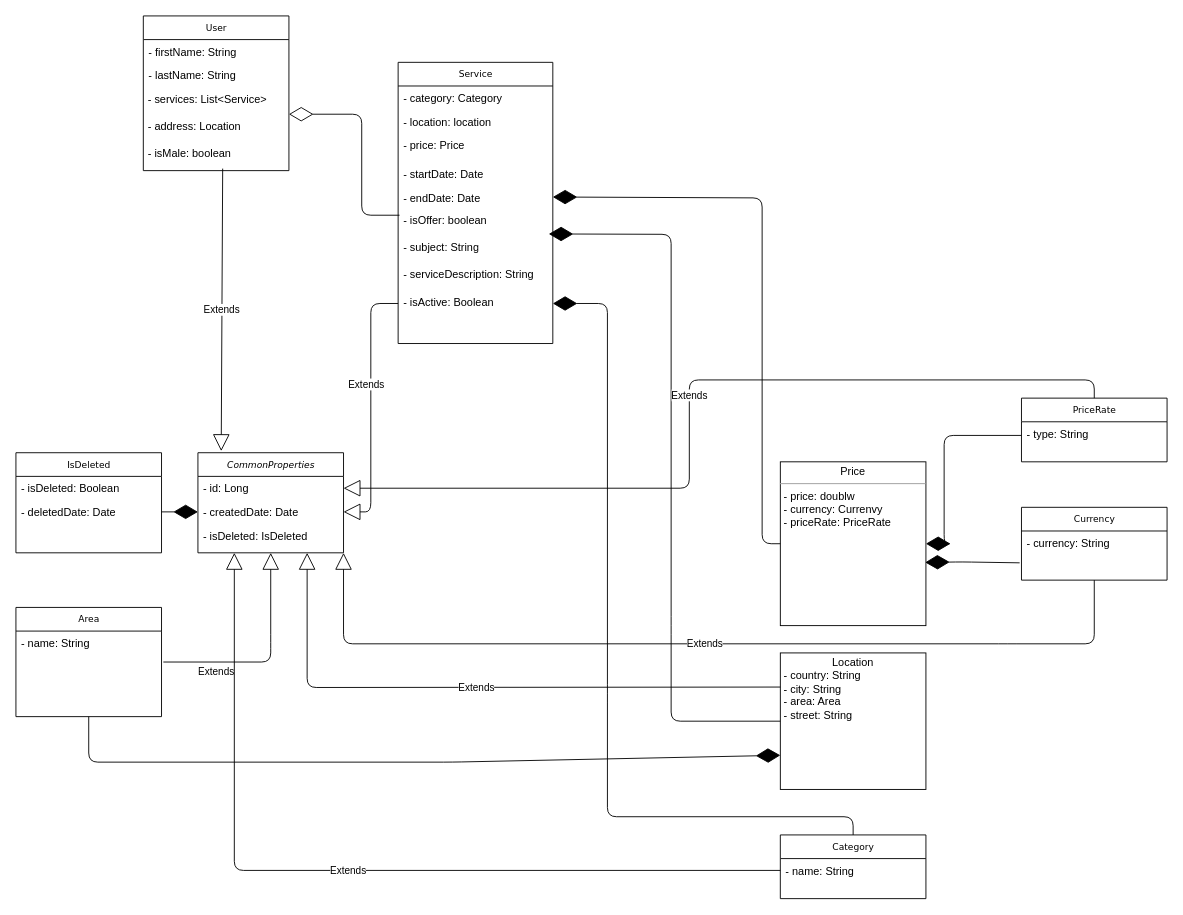
Earlier version of the draw.io diagram HelppyUML.drawio (StanislavRa/group_A_Helppy). Source tidied: cells renumbered, new cells numbered last; positions are measured from the earlier drawing's top-left corner, leaving out a move shared by most shapes. Both pictures are drawn from the tidied source at 91%, with x=0, y=0 at pixel (15, 15).
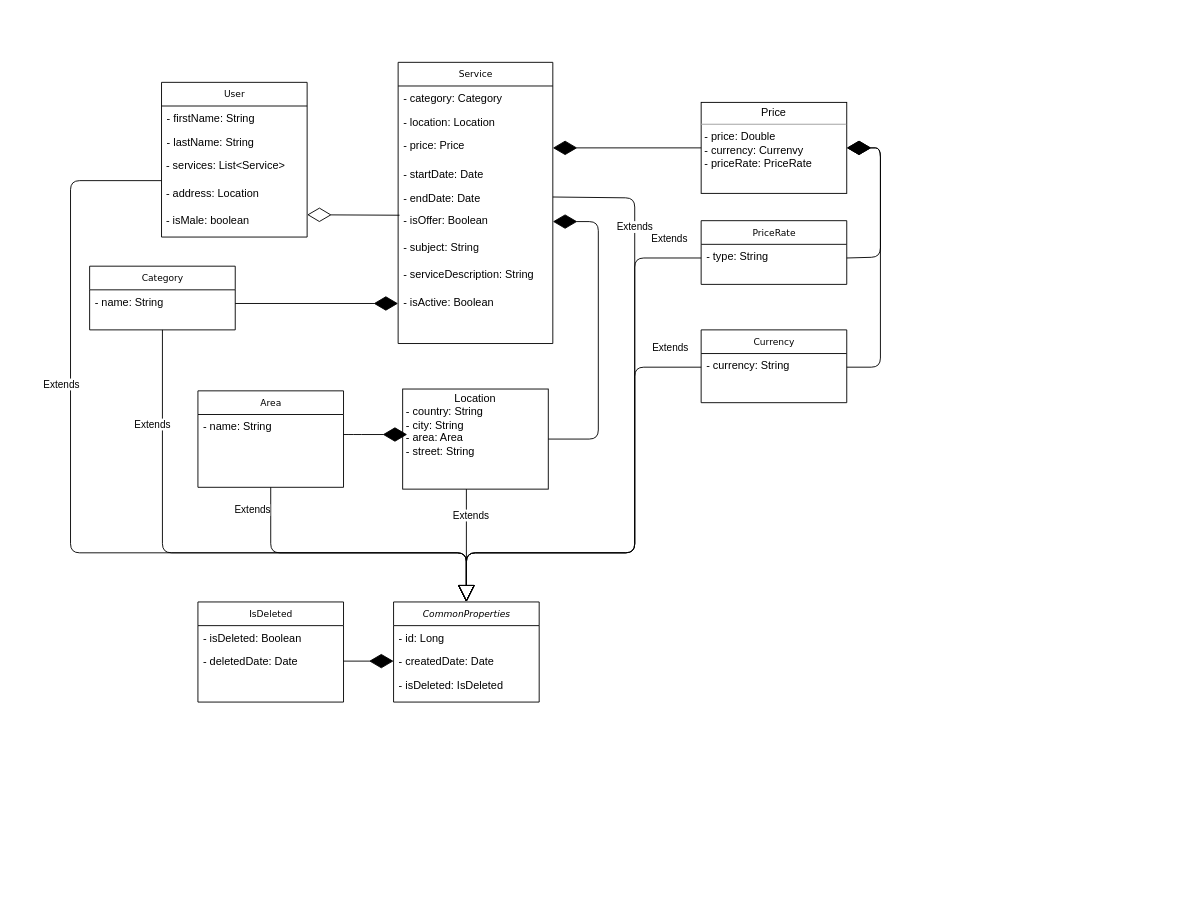
After the change.

The change refers to these unchanged cells:
```xml
<mxCell id="3" value="- name: String" style="text;html=1;strokeColor=none;fillColor=none;align=left;verticalAlign=top;spacingLeft=4;spacingRight=4;whiteSpace=wrap;overflow=hidden;points=[[0,0.5],[1,0.5]];portConstraint=eastwest;" parent="2" vertex="1">
  <mxGeometry y="26" width="160" height="30" as="geometry" />
</mxCell>
<mxCell id="4" value="Service" style="swimlane;html=1;fontStyle=0;horizontal=1;startSize=26;fillColor=none;swimlaneFillColor=#ffffff;rounded=0;shadow=0;comic=0;labelBackgroundColor=none;strokeWidth=1;fontFamily=Verdana;fontSize=10;align=center;" parent="1" vertex="1">
  <mxGeometry x="420" y="51" width="170" height="309" as="geometry" />
</mxCell>
<mxCell id="7" value="- price: Price" style="text;html=1;strokeColor=none;fillColor=none;align=left;verticalAlign=top;spacingLeft=4;spacingRight=4;whiteSpace=wrap;overflow=hidden;points=[[0,0.5],[1,0.5]];portConstraint=eastwest;" parent="4" vertex="1">
  <mxGeometry y="78" width="170" height="32" as="geometry" />
</mxCell>
<mxCell id="9" value="- endDate: Date" style="text;html=1;strokeColor=none;fillColor=none;align=left;verticalAlign=top;spacingLeft=4;spacingRight=4;whiteSpace=wrap;overflow=hidden;points=[[0,0.5],[1,0.5]];portConstraint=eastwest;" parent="4" vertex="1">
  <mxGeometry y="136" width="170" height="24" as="geometry" />
</mxCell>
<mxCell id="11" value="- subject: String" style="text;html=1;strokeColor=none;fillColor=none;align=left;verticalAlign=top;spacingLeft=4;spacingRight=4;whiteSpace=wrap;overflow=hidden;points=[[0,0.5],[1,0.5]];portConstraint=eastwest;" parent="4" vertex="1">
  <mxGeometry y="190" width="170" height="30" as="geometry" />
</mxCell>
<mxCell id="13" value="- isActive: Boolean" style="text;html=1;strokeColor=none;fillColor=none;align=left;verticalAlign=top;spacingLeft=4;spacingRight=4;whiteSpace=wrap;overflow=hidden;points=[[0,0.5],[1,0.5]];portConstraint=eastwest;" parent="4" vertex="1">
  <mxGeometry y="250" width="170" height="30" as="geometry" />
</mxCell>
<mxCell id="22" value="- type: String" style="text;html=1;strokeColor=none;fillColor=none;align=left;verticalAlign=top;spacingLeft=4;spacingRight=4;whiteSpace=wrap;overflow=hidden;points=[[0,0.5],[1,0.5]];portConstraint=eastwest;" parent="21" vertex="1">
  <mxGeometry y="26" width="160" height="30" as="geometry" />
</mxCell>
<mxCell id="24" value="- currency:&amp;nbsp;String" style="text;html=1;strokeColor=none;fillColor=none;align=left;verticalAlign=top;spacingLeft=4;spacingRight=4;whiteSpace=wrap;overflow=hidden;points=[[0,0.5],[1,0.5]];portConstraint=eastwest;" parent="23" vertex="1">
  <mxGeometry y="26" width="160" height="30" as="geometry" />
</mxCell>
<mxCell id="32" value="- id: Long" style="text;html=1;strokeColor=none;fillColor=none;align=left;verticalAlign=top;spacingLeft=4;spacingRight=4;whiteSpace=wrap;overflow=hidden;points=[[0,0.5],[1,0.5]];portConstraint=eastwest;" parent="31" vertex="1">
  <mxGeometry y="26" width="160" height="26" as="geometry" />
</mxCell>
<mxCell id="33" value="- createdDate: Date" style="text;html=1;strokeColor=none;fillColor=none;align=left;verticalAlign=top;spacingLeft=4;spacingRight=4;whiteSpace=wrap;overflow=hidden;points=[[0,0.5],[1,0.5]];portConstraint=eastwest;" parent="31" vertex="1">
  <mxGeometry y="52" width="160" height="26" as="geometry" />
</mxCell>
<mxCell id="45" value="&amp;nbsp;- services: List&amp;lt;Service&amp;gt;" style="text;html=1;" parent="42" vertex="1">
  <mxGeometry y="78" width="160" height="30" as="geometry" />
</mxCell>
<mxCell id="46" value="&amp;nbsp;- address: Location" style="text;html=1;" parent="42" vertex="1">
  <mxGeometry y="108" width="160" height="30" as="geometry" />
</mxCell>
<mxCell id="47" value="&amp;nbsp;- isMale: boolean" style="text;html=1;" parent="42" vertex="1">
  <mxGeometry y="138" width="160" height="30" as="geometry" />
</mxCell>
```

What changed in the source:
```diff
@@
     <mxCell id="2" value="Category" style="swimlane;html=1;fontStyle=0;horizontal=1;startSize=26;fillColor=none;swimlaneFillColor=#ffffff;rounded=0;shadow=0;comic=0;labelBackgroundColor=none;strokeWidth=1;fontFamily=Verdana;fontSize=10;align=center;" parent="1" vertex="1">
-      <mxGeometry x="840" y="900" width="160" height="70" as="geometry" />
+      <mxGeometry x="81" y="275" width="160" height="70" as="geometry" />
     </mxCell>
@@
-    <mxCell id="6" value="- location: location" style="text;html=1;strokeColor=none;fillColor=none;align=left;verticalAlign=top;spacingLeft=4;spacingRight=4;whiteSpace=wrap;overflow=hidden;" parent="4" vertex="1">
+    <mxCell id="6" value="- location: Location" style="text;html=1;strokeColor=none;fillColor=none;align=left;verticalAlign=top;spacingLeft=4;spacingRight=4;whiteSpace=wrap;overflow=hidden;" parent="4" vertex="1">
       <mxGeometry y="52" width="170" height="26" as="geometry" />
     </mxCell>
@@
-    <mxCell id="10" value="- isOffer: boolean" style="text;html=1;strokeColor=none;fillColor=none;align=left;verticalAlign=top;spacingLeft=4;spacingRight=4;whiteSpace=wrap;overflow=hidden;points=[[0,0.5],[1,0.5]];portConstraint=eastwest;" parent="4" vertex="1">
+    <mxCell id="10" value="- isOffer: Boolean" style="text;html=1;strokeColor=none;fillColor=none;align=left;verticalAlign=top;spacingLeft=4;spacingRight=4;whiteSpace=wrap;overflow=hidden;points=[[0,0.5],[1,0.5]];portConstraint=eastwest;" parent="4" vertex="1">
       <mxGeometry y="160" width="170" height="30" as="geometry" />
     </mxCell>
@@
     <mxCell id="14" value="&lt;p style=&quot;margin: 0px ; margin-top: 4px ; text-align: center&quot;&gt;Location&lt;/p&gt;&lt;p style=&quot;margin: 0px ; margin-left: 4px&quot;&gt;- country: String&lt;/p&gt;&lt;p style=&quot;margin: 0px ; margin-left: 4px&quot;&gt;- city: String&lt;/p&gt;&lt;p style=&quot;margin: 0px ; margin-left: 4px&quot;&gt;- area: Area&lt;/p&gt;&lt;p style=&quot;margin: 0px ; margin-left: 4px&quot;&gt;- street: String&lt;/p&gt;" style="verticalAlign=top;align=left;overflow=fill;fontSize=12;fontFamily=Helvetica;html=1;rounded=0;shadow=0;comic=0;labelBackgroundColor=none;strokeWidth=1;" parent="1" vertex="1">
-      <mxGeometry x="840" y="700" width="160" height="150" as="geometry" />
+      <mxGeometry x="425" y="410" width="160" height="110" as="geometry" />
     </mxCell>
-    <mxCell id="15" value="&lt;p style=&quot;margin: 0px ; margin-top: 4px ; text-align: center&quot;&gt;Price&lt;/p&gt;&lt;hr size=&quot;1&quot;&gt;&lt;p style=&quot;margin: 0px ; margin-left: 4px&quot;&gt;- price: doublw&lt;/p&gt;&lt;p style=&quot;margin: 0px ; margin-left: 4px&quot;&gt;- currency: Currenvy&lt;/p&gt;&lt;p style=&quot;margin: 0px ; margin-left: 4px&quot;&gt;- priceRate: PriceRate&lt;/p&gt;" style="verticalAlign=top;align=left;overflow=fill;fontSize=12;fontFamily=Helvetica;html=1;rounded=0;shadow=0;comic=0;labelBackgroundColor=none;strokeWidth=1;" parent="1" vertex="1">
-      <mxGeometry x="840" y="490" width="160" height="180" as="geometry" />
+    <mxCell id="15" value="&lt;p style=&quot;margin: 0px ; margin-top: 4px ; text-align: center&quot;&gt;Price&lt;/p&gt;&lt;hr size=&quot;1&quot;&gt;&lt;p style=&quot;margin: 0px ; margin-left: 4px&quot;&gt;- price: Double&lt;/p&gt;&lt;p style=&quot;margin: 0px ; margin-left: 4px&quot;&gt;- currency: Currenvy&lt;/p&gt;&lt;p style=&quot;margin: 0px ; margin-left: 4px&quot;&gt;- priceRate: PriceRate&lt;/p&gt;" style="verticalAlign=top;align=left;overflow=fill;fontSize=12;fontFamily=Helvetica;html=1;rounded=0;shadow=0;comic=0;labelBackgroundColor=none;strokeWidth=1;" parent="1" vertex="1">
+      <mxGeometry x="753" y="95" width="160" height="100" as="geometry" />
     </mxCell>
     <mxCell id="16" value="IsDeleted" style="swimlane;html=1;fontStyle=0;horizontal=1;startSize=26;fillColor=none;swimlaneFillColor=#ffffff;rounded=0;shadow=0;comic=0;labelBackgroundColor=none;strokeWidth=1;fontFamily=Verdana;fontSize=10;align=center;" parent="1" vertex="1">
-      <mxGeometry y="480" width="160" height="110" as="geometry" />
+      <mxGeometry x="200" y="644" width="160" height="110" as="geometry" />
     </mxCell>
@@
     <mxCell id="19" value="Area" style="swimlane;html=1;fontStyle=0;horizontal=1;startSize=26;fillColor=none;swimlaneFillColor=#ffffff;rounded=0;shadow=0;comic=0;labelBackgroundColor=none;strokeWidth=1;fontFamily=Verdana;fontSize=10;align=center;" parent="1" vertex="1">
-      <mxGeometry y="650" width="160" height="120" as="geometry" />
+      <mxGeometry x="200" y="412" width="160" height="106" as="geometry" />
     </mxCell>
@@
     <mxCell id="21" value="PriceRate" style="swimlane;html=1;fontStyle=0;horizontal=1;startSize=26;fillColor=none;swimlaneFillColor=#ffffff;rounded=0;shadow=0;comic=0;labelBackgroundColor=none;strokeWidth=1;fontFamily=Verdana;fontSize=10;align=center;" parent="1" vertex="1">
-      <mxGeometry x="1105" y="420" width="160" height="70" as="geometry" />
+      <mxGeometry x="753" y="225" width="160" height="70" as="geometry" />
     </mxCell>
@@
     <mxCell id="23" value="Currency" style="swimlane;html=1;fontStyle=0;horizontal=1;startSize=26;fillColor=none;swimlaneFillColor=#ffffff;rounded=0;shadow=0;comic=0;labelBackgroundColor=none;strokeWidth=1;fontFamily=Verdana;fontSize=10;align=center;" parent="1" vertex="1">
-      <mxGeometry x="1105" y="540" width="160" height="80" as="geometry" />
+      <mxGeometry x="753" y="345" width="160" height="80" as="geometry" />
     </mxCell>
@@
-    <mxCell id="25" style="endArrow=diamondThin;endFill=1;endSize=24;html=1;exitX=0;exitY=0.5;exitDx=0;exitDy=0;entryX=1;entryY=0.5;entryDx=0;entryDy=0;" parent="1" edge="1" source="15" target="9">
-      <mxGeometry relative="1" as="geometry">
-        <Array as="points">
-          <mxPoint x="820" y="580" />
-          <mxPoint x="820" y="200" />
-        </Array>
-      </mxGeometry>
+    <mxCell id="25" style="endArrow=diamondThin;endFill=1;endSize=24;html=1;exitX=0;exitY=0.5;exitDx=0;exitDy=0;entryX=1;entryY=0.5;entryDx=0;entryDy=0;" parent="1" edge="1" source="15" target="7">
+      <mxGeometry relative="1" as="geometry" />
     </mxCell>
-    <mxCell id="26" style="endArrow=diamondThin;endFill=1;endSize=24;html=1;exitX=0;exitY=0.5;exitDx=0;exitDy=0;entryX=0.974;entryY=-0.047;entryDx=0;entryDy=0;entryPerimeter=0;" parent="1" edge="1" source="14" target="11">
+    <mxCell id="26" style="endArrow=diamondThin;endFill=1;endSize=24;html=1;exitX=1;exitY=0.5;exitDx=0;exitDy=0;entryX=1;entryY=0.5;entryDx=0;entryDy=0;" parent="1" edge="1" source="14" target="10">
       <mxGeometry relative="1" as="geometry">
         <Array as="points">
-          <mxPoint x="720" y="775" />
-          <mxPoint x="720" y="670" />
-          <mxPoint x="720" y="240" />
+          <mxPoint x="640" y="465" />
+          <mxPoint x="640" y="226" />
         </Array>
       </mxGeometry>
     </mxCell>
-    <mxCell id="27" style="endArrow=diamondThin;endFill=1;endSize=24;html=1;exitX=0.5;exitY=0;exitDx=0;exitDy=0;entryX=1;entryY=0.5;entryDx=0;entryDy=0;" parent="1" edge="1" source="2" target="13">
-      <mxGeometry relative="1" as="geometry">
-        <Array as="points">
-          <mxPoint x="920" y="880" />
-          <mxPoint x="650" y="880" />
-          <mxPoint x="650" y="745" />
-          <mxPoint x="650" y="316" />
-        </Array>
-      </mxGeometry>
+    <mxCell id="27" style="endArrow=diamondThin;endFill=1;endSize=24;html=1;exitX=1;exitY=0.5;exitDx=0;exitDy=0;entryX=0;entryY=0.5;entryDx=0;entryDy=0;" parent="1" edge="1" source="3" target="13">
+      <mxGeometry relative="1" as="geometry" />
     </mxCell>
-    <mxCell id="28" style="endArrow=diamondThin;endFill=1;endSize=24;html=1;entryX=0;entryY=0.75;entryDx=0;entryDy=0;exitX=0.5;exitY=1;exitDx=0;exitDy=0;" parent="1" edge="1" source="19" target="14">
+    <mxCell id="28" style="endArrow=diamondThin;endFill=1;endSize=24;html=1;" parent="1" edge="1">
       <mxGeometry relative="1" as="geometry">
+        <mxPoint x="360" y="460" as="sourcePoint" />
+        <mxPoint x="430" y="460" as="targetPoint" />
         <Array as="points">
-          <mxPoint x="80" y="820" />
-          <mxPoint x="480" y="820" />
+          <mxPoint x="370" y="460" />
         </Array>
       </mxGeometry>
     </mxCell>
-    <mxCell id="29" style="endArrow=diamondThin;endFill=1;endSize=24;html=1;exitX=0;exitY=0.5;exitDx=0;exitDy=0;entryX=1;entryY=0.5;entryDx=0;entryDy=0;" parent="1" edge="1" source="22" target="15">
+    <mxCell id="29" style="endArrow=diamondThin;endFill=1;endSize=24;html=1;entryX=1;entryY=0.5;entryDx=0;entryDy=0;exitX=1;exitY=0.5;exitDx=0;exitDy=0;" parent="1" edge="1" source="22" target="15">
       <mxGeometry relative="1" as="geometry">
         <Array as="points">
-          <mxPoint x="1020" y="461" />
-          <mxPoint x="1020" y="580" />
+          <mxPoint x="950" y="265" />
+          <mxPoint x="950" y="145" />
         </Array>
       </mxGeometry>
     </mxCell>
-    <mxCell id="30" style="endArrow=diamondThin;endFill=1;endSize=24;html=1;entryX=0.995;entryY=0.614;entryDx=0;entryDy=0;entryPerimeter=0;" parent="1" edge="1" target="15">
+    <mxCell id="30" style="endArrow=diamondThin;endFill=1;endSize=24;html=1;exitX=1;exitY=0.5;exitDx=0;exitDy=0;entryX=1;entryY=0.5;entryDx=0;entryDy=0;" parent="1" edge="1" source="24" target="15">
       <mxGeometry relative="1" as="geometry">
-        <mxPoint x="1103" y="601" as="sourcePoint" />
         <Array as="points">
-          <mxPoint x="1040" y="600" />
+          <mxPoint x="950" y="386" />
+          <mxPoint x="950" y="145" />
         </Array>
       </mxGeometry>
     </mxCell>
     <mxCell id="31" value="&lt;i&gt;CommonProperties&lt;/i&gt;" style="swimlane;html=1;fontStyle=0;horizontal=1;startSize=26;fillColor=none;swimlaneFillColor=#ffffff;rounded=0;shadow=0;comic=0;labelBackgroundColor=none;strokeWidth=1;fontFamily=Verdana;fontSize=10;align=center;" parent="1" vertex="1">
-      <mxGeometry x="200" y="480" width="160" height="110" as="geometry" />
+      <mxGeometry x="415" y="644" width="160" height="110" as="geometry" />
     </mxCell>
@@
-    <mxCell id="36" value="Extends" style="endArrow=block;endSize=16;endFill=0;html=1;exitX=0;exitY=0.5;exitDx=0;exitDy=0;entryX=1;entryY=0.5;entryDx=0;entryDy=0;" parent="1" edge="1" source="13" target="33">
-      <mxGeometry x="-0.17" y="-5" relative="1" as="geometry">
+    <mxCell id="36" value="Extends" style="endArrow=block;endSize=16;endFill=0;html=1;exitX=1;exitY=0.5;exitDx=0;exitDy=0;" parent="1" edge="1" source="9" target="31">
+      <mxGeometry x="-0.74" y="-30" relative="1" as="geometry">
         <Array as="points">
-          <mxPoint x="390" y="316" />
-          <mxPoint x="390" y="545" />
+          <mxPoint x="680" y="200" />
+          <mxPoint x="680" y="590" />
+          <mxPoint x="495" y="590" />
         </Array>
-        <mxPoint y="-1" as="offset" />
+        <mxPoint x="30" y="29" as="offset" />
       </mxGeometry>
     </mxCell>
-    <mxCell id="37" value="Extends" style="endArrow=block;endSize=16;endFill=0;html=1;entryX=0.5;entryY=1;entryDx=0;entryDy=0;" parent="1" edge="1" target="31">
-      <mxGeometry x="-0.51" y="-11" relative="1" as="geometry">
-        <mxPoint x="162" y="710" as="sourcePoint" />
+    <mxCell id="37" value="Extends" style="endArrow=block;endSize=16;endFill=0;html=1;exitX=0.5;exitY=1;exitDx=0;exitDy=0;entryX=0.5;entryY=0;entryDx=0;entryDy=0;" parent="1" edge="1" source="19" target="31">
+      <mxGeometry x="-0.85" y="-20" relative="1" as="geometry">
         <Array as="points">
-          <mxPoint x="280" y="710" />
-          <mxPoint x="280" y="690" />
+          <mxPoint x="280" y="590" />
+          <mxPoint x="495" y="590" />
         </Array>
+        <mxPoint y="-1" as="offset" />
       </mxGeometry>
     </mxCell>
-    <mxCell id="38" value="Extends" style="endArrow=block;endSize=16;endFill=0;html=1;exitX=0;exitY=0.25;exitDx=0;exitDy=0;entryX=0.75;entryY=1;entryDx=0;entryDy=0;" parent="1" edge="1" source="14" target="31">
-      <mxGeometry relative="1" as="geometry">
-        <Array as="points">
-          <mxPoint x="320" y="738" />
-        </Array>
+    <mxCell id="38" value="Extends" style="endArrow=block;endSize=16;endFill=0;html=1;entryX=0.5;entryY=0;entryDx=0;entryDy=0;" parent="1" edge="1" target="31">
+      <mxGeometry x="-0.52" y="5" relative="1" as="geometry">
+        <mxPoint x="495" y="520" as="sourcePoint" />
+        <mxPoint y="-1" as="offset" />
       </mxGeometry>
     </mxCell>
-    <mxCell id="39" value="Extends" style="endArrow=block;endSize=16;endFill=0;html=1;exitX=0;exitY=0.5;exitDx=0;exitDy=0;entryX=0.25;entryY=1;entryDx=0;entryDy=0;" parent="1" edge="1" target="31">
-      <mxGeometry relative="1" as="geometry">
-        <mxPoint x="840" y="939" as="sourcePoint" />
+    <mxCell id="39" value="Extends" style="endArrow=block;endSize=16;endFill=0;html=1;exitX=0.5;exitY=1;exitDx=0;exitDy=0;entryX=0.5;entryY=0;entryDx=0;entryDy=0;" parent="1" edge="1" source="2" target="31">
+      <mxGeometry x="-0.67" y="-11" relative="1" as="geometry">
         <Array as="points">
-          <mxPoint x="240" y="939" />
+          <mxPoint x="161" y="590" />
+          <mxPoint x="495" y="590" />
         </Array>
       </mxGeometry>
     </mxCell>
-    <mxCell id="40" value="Extends" style="endArrow=block;endSize=16;endFill=0;html=1;exitX=0.5;exitY=1;exitDx=0;exitDy=0;entryX=1;entryY=1;entryDx=0;entryDy=0;" parent="1" edge="1" source="23" target="31">
-      <mxGeometry relative="1" as="geometry">
+    <mxCell id="40" value="Extends" style="endArrow=block;endSize=16;endFill=0;html=1;exitX=0;exitY=0.5;exitDx=0;exitDy=0;entryX=0.5;entryY=0;entryDx=0;entryDy=0;" parent="1" edge="1" source="24" target="31">
+      <mxGeometry x="-0.87" y="-21" relative="1" as="geometry">
         <Array as="points">
-          <mxPoint x="1185" y="690" />
-          <mxPoint x="1090" y="690" />
-          <mxPoint x="360" y="690" />
+          <mxPoint x="680" y="386" />
+          <mxPoint x="680" y="590" />
+          <mxPoint x="495" y="590" />
         </Array>
       </mxGeometry>
     </mxCell>
-    <mxCell id="41" value="Extends" style="endArrow=block;endSize=16;endFill=0;html=1;exitX=0.5;exitY=0;exitDx=0;exitDy=0;entryX=1;entryY=0.5;entryDx=0;entryDy=0;" parent="1" edge="1" source="21" target="32">
-      <mxGeometry relative="1" as="geometry">
+    <mxCell id="41" value="Extends" style="endArrow=block;endSize=16;endFill=0;html=1;exitX=0;exitY=0.5;exitDx=0;exitDy=0;entryX=0.5;entryY=0;entryDx=0;entryDy=0;" parent="1" edge="1" source="22" target="31">
+      <mxGeometry x="-0.89" y="-21" relative="1" as="geometry">
         <Array as="points">
-          <mxPoint x="1185" y="400" />
-          <mxPoint x="740" y="400" />
-          <mxPoint x="740" y="519" />
+          <mxPoint x="680" y="266" />
+          <mxPoint x="680" y="590" />
+          <mxPoint x="495" y="590" />
         </Array>
       </mxGeometry>
     </mxCell>
     <mxCell id="42" value="User" style="swimlane;html=1;fontStyle=0;horizontal=1;startSize=26;fillColor=none;swimlaneFillColor=#ffffff;rounded=0;shadow=0;comic=0;labelBackgroundColor=none;strokeWidth=1;fontFamily=Verdana;fontSize=10;align=center;" parent="1" vertex="1">
-      <mxGeometry x="140" width="160" height="170" as="geometry" />
+      <mxGeometry x="160" y="73" width="160" height="170" as="geometry" />
     </mxCell>
@@
-    <mxCell id="48" style="endArrow=diamondThin;endFill=0;endSize=24;html=1;exitX=0.009;exitY=0.267;exitDx=0;exitDy=0;exitPerimeter=0;entryX=1;entryY=1;entryDx=0;entryDy=0;" parent="1" edge="1" source="10" target="45">
-      <mxGeometry relative="1" as="geometry">
-        <Array as="points">
-          <mxPoint x="380" y="219" />
-          <mxPoint x="380" y="108" />
-        </Array>
-      </mxGeometry>
+    <mxCell id="48" style="endArrow=diamondThin;endFill=0;endSize=24;html=1;exitX=0.009;exitY=0.267;exitDx=0;exitDy=0;exitPerimeter=0;entryX=1;entryY=0.25;entryDx=0;entryDy=0;" parent="1" edge="1" source="10" target="47">
+      <mxGeometry relative="1" as="geometry" />
     </mxCell>
-    <mxCell id="49" value="Extends" style="endArrow=block;endSize=16;endFill=0;html=1;exitX=0.545;exitY=0.993;exitDx=0;exitDy=0;entryX=0.16;entryY=-0.016;entryDx=0;entryDy=0;entryPerimeter=0;exitPerimeter=0;" parent="1" edge="1" source="47" target="31">
-      <mxGeometry relative="1" as="geometry" />
+    <mxCell id="49" value="Extends" style="endArrow=block;endSize=16;endFill=0;html=1;exitX=0;exitY=0;exitDx=0;exitDy=0;entryX=0.5;entryY=0;entryDx=0;entryDy=0;" parent="1" edge="1" source="46" target="31">
+      <mxGeometry x="-0.35" y="-10" relative="1" as="geometry">
+        <Array as="points">
+          <mxPoint x="60" y="181" />
+          <mxPoint x="60" y="590" />
+          <mxPoint x="495" y="590" />
+        </Array>
+      </mxGeometry>
     </mxCell>
```
